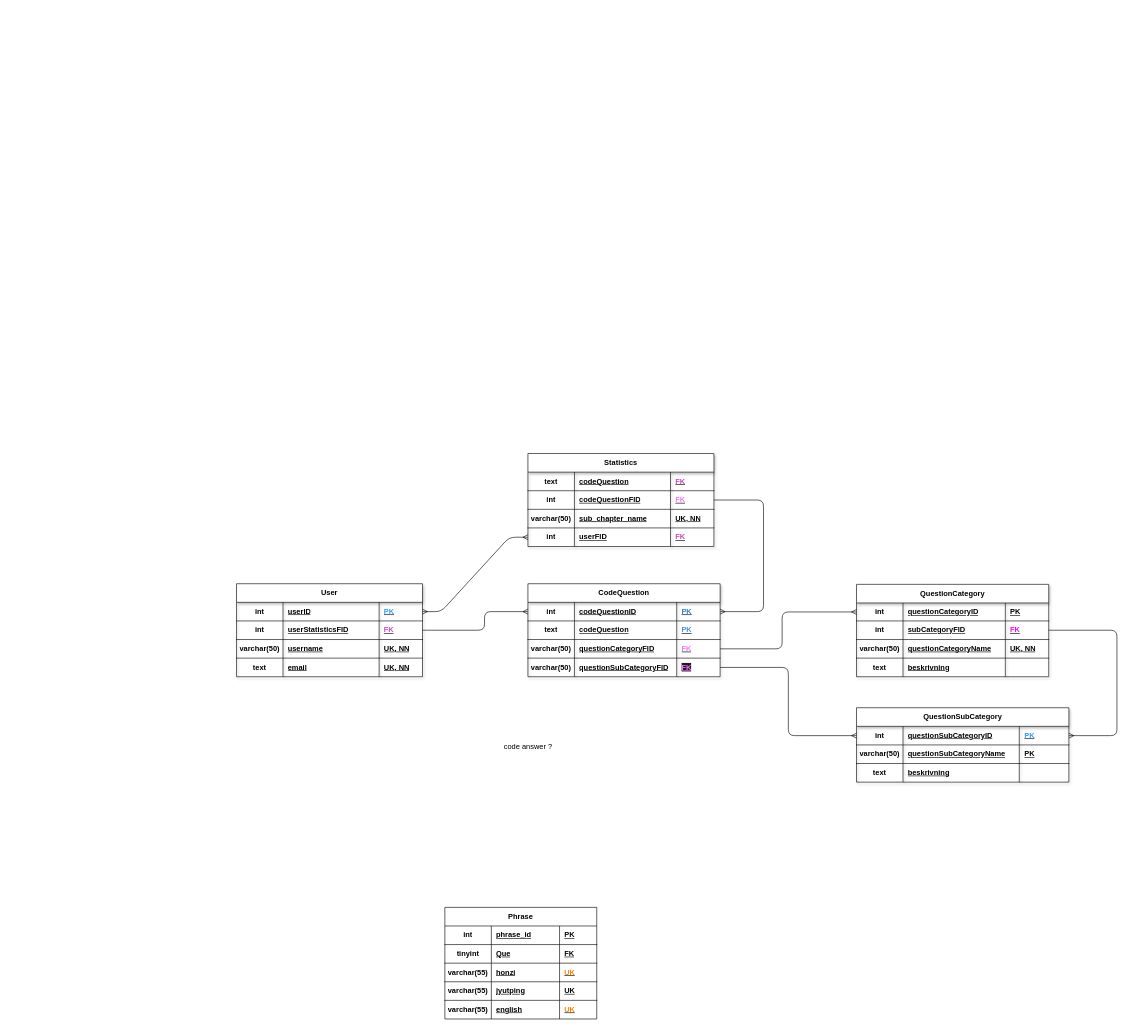
Earlier version of the draw.io diagram CodeGrind.drawio (vholm33/codegrind). Source tidied: cells renumbered, new cells numbered last; positions are measured from the earlier drawing's top-left corner, leaving out a move shared by most shapes. Both pictures are drawn from the tidied source at 62%, with x=0, y=0 at pixel (236, 453).
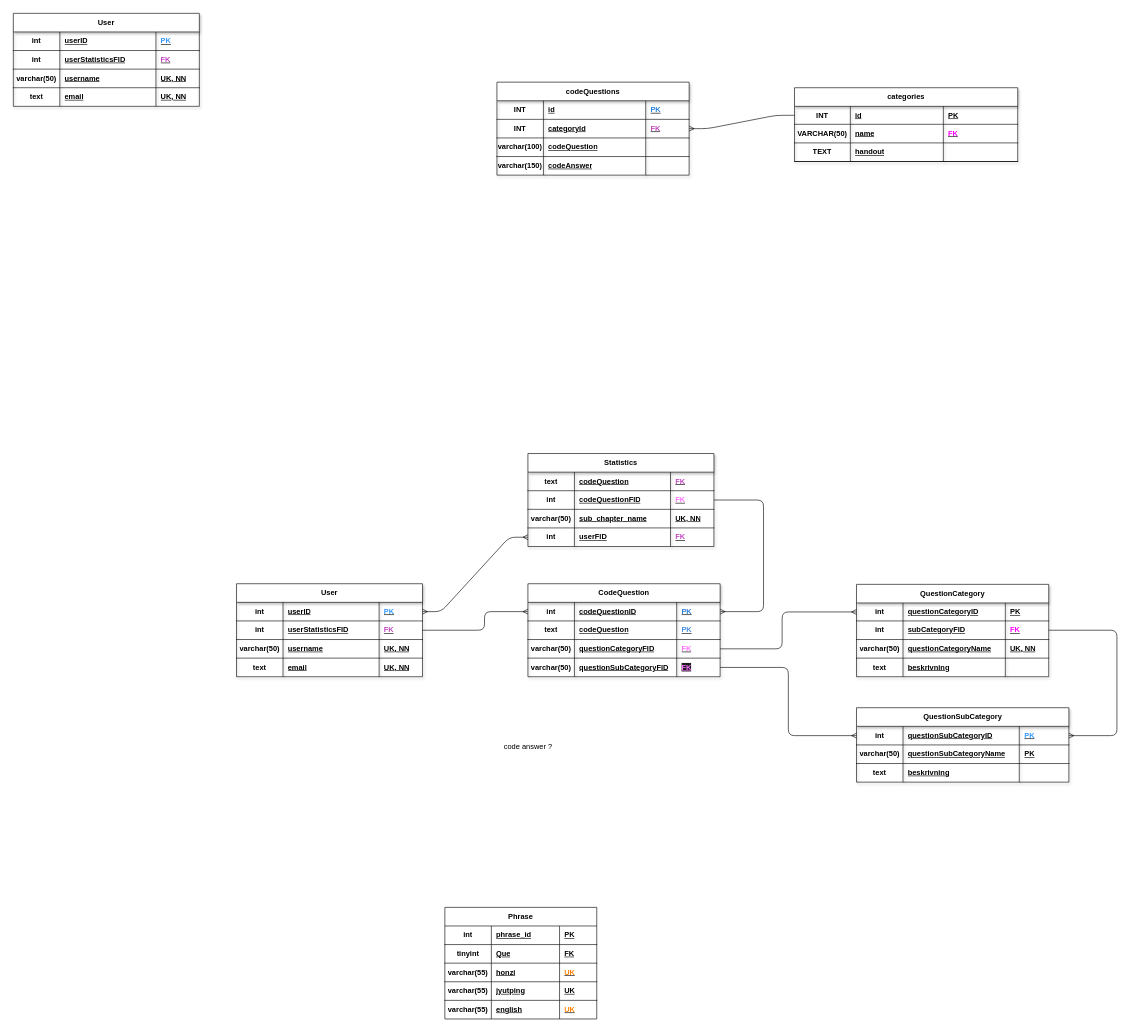
The same page after the edit.

Change to the diagram source:
```diff
@@
+    <mxCell id="111" value="categories" style="shape=table;startSize=30;childLayout=tableLayout;rowLines=0;fontStyle=1;align=center;html=1;whiteSpace=wrap;shadow=1;" parent="1" vertex="1">
+      <mxGeometry x="900" y="-590" width="360" height="119" as="geometry" />
+    </mxCell>
+    <mxCell id="112" style="shape=tableRow;horizontal=0;startSize=0;swimlaneHead=0;swimlaneBody=0;fillColor=none;points=[[0,0.5],[1,0.5]];portConstraint=eastwest;top=0;left=0;right=0;bottom=1;html=1;" parent="111" vertex="1">
+      <mxGeometry y="30" width="360" height="29" as="geometry" />
+    </mxCell>
+    <mxCell id="113" value="INT" style="shape=partialRectangle;fillColor=none;top=0;left=0;bottom=0;right=0;fontStyle=1;overflow=hidden;html=1;whiteSpace=wrap;fontColor=light-dark(#000000,#666666);" parent="112" vertex="1">
+      <mxGeometry width="90" height="29" as="geometry" />
+    </mxCell>
+    <mxCell id="114" value="id" style="shape=partialRectangle;fillColor=none;top=0;left=0;bottom=0;right=0;align=left;spacingLeft=6;fontStyle=5;overflow=hidden;html=1;whiteSpace=wrap;" parent="112" vertex="1">
+      <mxGeometry x="90" width="150" height="29" as="geometry" />
+    </mxCell>
+    <mxCell id="115" value="&lt;font style=&quot;color: light-dark(rgb(0, 0, 0), rgb(51, 153, 255));&quot;&gt;PK&lt;/font&gt;" style="shape=partialRectangle;fillColor=none;top=0;left=0;bottom=0;right=0;align=left;spacingLeft=6;fontStyle=5;overflow=hidden;html=1;whiteSpace=wrap;" parent="112" vertex="1">
+      <mxGeometry x="240" width="120" height="29" as="geometry" />
+    </mxCell>
+    <mxCell id="116" style="shape=tableRow;horizontal=0;startSize=0;swimlaneHead=0;swimlaneBody=0;fillColor=none;top=0;left=0;right=0;bottom=1;html=1;" parent="111" vertex="1">
+      <mxGeometry y="59" width="360" height="30" as="geometry" />
+    </mxCell>
+    <mxCell id="117" value="VARCHAR(50)" style="shape=partialRectangle;fillColor=none;top=0;left=0;bottom=0;right=0;fontStyle=1;overflow=hidden;html=1;whiteSpace=wrap;fontColor=light-dark(#000000,#666666);" parent="116" vertex="1">
+      <mxGeometry width="90" height="30" as="geometry" />
+    </mxCell>
+    <mxCell id="118" value="name" style="shape=partialRectangle;fillColor=none;top=0;left=0;bottom=0;right=0;align=left;spacingLeft=6;fontStyle=5;overflow=hidden;html=1;whiteSpace=wrap;" parent="116" vertex="1">
+      <mxGeometry x="90" width="150" height="30" as="geometry" />
+    </mxCell>
+    <mxCell id="119" value="&lt;span style=&quot;color: rgb(255, 0, 255);&quot;&gt;FK&lt;/span&gt;" style="shape=partialRectangle;fillColor=none;top=0;left=0;bottom=0;right=0;align=left;spacingLeft=6;fontStyle=5;overflow=hidden;html=1;whiteSpace=wrap;" parent="116" vertex="1">
+      <mxGeometry x="240" width="120" height="30" as="geometry" />
+    </mxCell>
+    <mxCell id="120" style="shape=tableRow;horizontal=0;startSize=0;swimlaneHead=0;swimlaneBody=0;fillColor=none;top=0;left=0;right=0;bottom=1;html=1;" parent="111" vertex="1">
+      <mxGeometry y="89" width="360" height="30" as="geometry" />
+    </mxCell>
+    <mxCell id="121" value="TEXT" style="shape=partialRectangle;fillColor=none;top=0;left=0;bottom=0;right=0;fontStyle=1;overflow=hidden;html=1;whiteSpace=wrap;fontColor=light-dark(#000000,#666666);" parent="120" vertex="1">
+      <mxGeometry width="90" height="30" as="geometry" />
+    </mxCell>
+    <mxCell id="122" value="handout" style="shape=partialRectangle;fillColor=none;top=0;left=0;bottom=0;right=0;align=left;spacingLeft=6;fontStyle=5;overflow=hidden;html=1;whiteSpace=wrap;" parent="120" vertex="1">
+      <mxGeometry x="90" width="150" height="30" as="geometry" />
+    </mxCell>
+    <mxCell id="123" style="shape=partialRectangle;fillColor=none;top=0;left=0;bottom=0;right=0;align=left;spacingLeft=6;fontStyle=5;overflow=hidden;html=1;whiteSpace=wrap;" parent="120" vertex="1">
+      <mxGeometry x="240" width="120" height="30" as="geometry" />
+    </mxCell>
+    <mxCell id="124" value="User" style="shape=table;startSize=30;childLayout=tableLayout;rowLines=0;fontStyle=1;align=center;html=1;whiteSpace=wrap;shadow=1;" parent="1" vertex="1">
+      <mxGeometry x="-360" y="-710" width="300" height="150" as="geometry" />
+    </mxCell>
+    <mxCell id="125" style="shape=tableRow;horizontal=0;startSize=0;swimlaneHead=0;swimlaneBody=0;fillColor=none;top=0;left=0;right=0;bottom=1;html=1;" parent="124" vertex="1">
+      <mxGeometry y="30" width="300" height="30" as="geometry" />
+    </mxCell>
+    <mxCell id="126" value="int" style="shape=partialRectangle;fillColor=none;top=0;left=0;bottom=0;right=0;fontStyle=1;overflow=hidden;html=1;whiteSpace=wrap;fontColor=light-dark(#000000,#666666);" parent="125" vertex="1">
+      <mxGeometry width="75" height="30" as="geometry" />
+    </mxCell>
+    <mxCell id="127" value="userID" style="shape=partialRectangle;fillColor=none;top=0;left=0;bottom=0;right=0;align=left;spacingLeft=6;fontStyle=5;overflow=hidden;html=1;whiteSpace=wrap;" parent="125" vertex="1">
+      <mxGeometry x="75" width="155" height="30" as="geometry" />
+    </mxCell>
+    <mxCell id="128" value="&lt;span style=&quot;color: rgb(51, 153, 255);&quot;&gt;PK&lt;/span&gt;" style="shape=partialRectangle;fillColor=none;top=0;left=0;bottom=0;right=0;align=left;spacingLeft=6;fontStyle=5;overflow=hidden;html=1;whiteSpace=wrap;" parent="125" vertex="1">
+      <mxGeometry x="230" width="70" height="30" as="geometry" />
+    </mxCell>
+    <mxCell id="129" style="shape=tableRow;horizontal=0;startSize=0;swimlaneHead=0;swimlaneBody=0;fillColor=none;top=0;left=0;right=0;bottom=1;html=1;" parent="124" vertex="1">
+      <mxGeometry y="60" width="300" height="30" as="geometry" />
+    </mxCell>
+    <mxCell id="130" value="int" style="shape=partialRectangle;fillColor=none;top=0;left=0;bottom=0;right=0;fontStyle=1;overflow=hidden;html=1;whiteSpace=wrap;fontColor=light-dark(#000000,#666666);" parent="129" vertex="1">
+      <mxGeometry width="75" height="30" as="geometry" />
+    </mxCell>
+    <mxCell id="131" value="userStatisticsFID" style="shape=partialRectangle;fillColor=none;top=0;left=0;bottom=0;right=0;align=left;spacingLeft=6;fontStyle=5;overflow=hidden;html=1;whiteSpace=wrap;" parent="129" vertex="1">
+      <mxGeometry x="75" width="155" height="30" as="geometry" />
+    </mxCell>
+    <mxCell id="132" value="&lt;span style=&quot;color: rgb(194, 71, 194);&quot;&gt;FK&lt;/span&gt;" style="shape=partialRectangle;fillColor=none;top=0;left=0;bottom=0;right=0;align=left;spacingLeft=6;fontStyle=5;overflow=hidden;html=1;whiteSpace=wrap;" parent="129" vertex="1">
+      <mxGeometry x="230" width="70" height="30" as="geometry" />
+    </mxCell>
+    <mxCell id="133" style="shape=tableRow;horizontal=0;startSize=0;swimlaneHead=0;swimlaneBody=0;fillColor=none;top=0;left=0;right=0;bottom=1;html=1;" parent="124" vertex="1">
+      <mxGeometry y="90" width="300" height="30" as="geometry" />
+    </mxCell>
+    <mxCell id="134" value="varchar(50)" style="shape=partialRectangle;fillColor=none;top=0;left=0;bottom=0;right=0;fontStyle=1;overflow=hidden;html=1;whiteSpace=wrap;fontColor=light-dark(#000000,#666666);" parent="133" vertex="1">
+      <mxGeometry width="75" height="30" as="geometry" />
+    </mxCell>
+    <mxCell id="135" value="username" style="shape=partialRectangle;fillColor=none;top=0;left=0;bottom=0;right=0;align=left;spacingLeft=6;fontStyle=5;overflow=hidden;html=1;whiteSpace=wrap;" parent="133" vertex="1">
+      <mxGeometry x="75" width="155" height="30" as="geometry" />
+    </mxCell>
+    <mxCell id="136" value="&lt;font style=&quot;color: light-dark(rgb(0, 0, 0), rgb(255, 128, 0));&quot;&gt;UK&lt;/font&gt;&lt;font style=&quot;color: light-dark(rgb(0, 0, 0), rgb(255, 255, 255));&quot;&gt;,&lt;/font&gt;&lt;font style=&quot;color: light-dark(rgb(0, 0, 0), rgb(255, 128, 0));&quot;&gt; NN&lt;/font&gt;" style="shape=partialRectangle;fillColor=none;top=0;left=0;bottom=0;right=0;align=left;spacingLeft=6;fontStyle=5;overflow=hidden;html=1;whiteSpace=wrap;" parent="133" vertex="1">
+      <mxGeometry x="230" width="70" height="30" as="geometry" />
+    </mxCell>
+    <mxCell id="137" style="shape=tableRow;horizontal=0;startSize=0;swimlaneHead=0;swimlaneBody=0;fillColor=none;top=0;left=0;right=0;bottom=0;html=1;" parent="124" vertex="1">
+      <mxGeometry y="120" width="300" height="30" as="geometry" />
+    </mxCell>
+    <mxCell id="138" value="text" style="shape=partialRectangle;fillColor=none;top=0;left=0;bottom=0;right=0;fontStyle=1;overflow=hidden;html=1;whiteSpace=wrap;fontColor=light-dark(#000000,#666666);" parent="137" vertex="1">
+      <mxGeometry width="75" height="30" as="geometry" />
+    </mxCell>
+    <mxCell id="139" value="email" style="shape=partialRectangle;fillColor=none;top=0;left=0;bottom=0;right=0;align=left;spacingLeft=6;fontStyle=5;overflow=hidden;html=1;whiteSpace=wrap;shadow=0;" parent="137" vertex="1">
+      <mxGeometry x="75" width="155" height="30" as="geometry" />
+    </mxCell>
+    <mxCell id="140" value="&lt;font style=&quot;scrollbar-color: rgb(75, 75, 75) rgb(27, 29, 30);&quot;&gt;UK&lt;/font&gt;&lt;font style=&quot;scrollbar-color: rgb(75, 75, 75) rgb(27, 29, 30);&quot;&gt;,&lt;/font&gt;&lt;font style=&quot;scrollbar-color: rgb(75, 75, 75) rgb(27, 29, 30);&quot;&gt;&amp;nbsp;NN&lt;/font&gt;" style="shape=partialRectangle;fillColor=none;top=0;left=0;bottom=0;right=0;align=left;spacingLeft=6;fontStyle=5;overflow=hidden;html=1;whiteSpace=wrap;shadow=0;" parent="137" vertex="1">
+      <mxGeometry x="230" width="70" height="30" as="geometry" />
+    </mxCell>
+    <mxCell id="141" value="codeQuestions" style="shape=table;startSize=30;childLayout=tableLayout;rowLines=0;fontStyle=1;align=center;html=1;whiteSpace=wrap;shadow=1;" parent="1" vertex="1">
+      <mxGeometry x="420" y="-599" width="310" height="150" as="geometry" />
+    </mxCell>
+    <mxCell id="142" style="shape=tableRow;horizontal=0;startSize=0;swimlaneHead=0;swimlaneBody=0;fillColor=none;top=0;left=0;right=0;bottom=1;html=1;" parent="141" vertex="1">
+      <mxGeometry y="30" width="310" height="30" as="geometry" />
+    </mxCell>
+    <mxCell id="143" value="INT" style="shape=partialRectangle;fillColor=none;top=0;left=0;bottom=0;right=0;fontStyle=1;overflow=hidden;html=1;whiteSpace=wrap;fontColor=light-dark(#000000,#666666);" parent="142" vertex="1">
+      <mxGeometry width="75" height="30" as="geometry" />
+    </mxCell>
+    <mxCell id="144" value="id" style="shape=partialRectangle;fillColor=none;top=0;left=0;bottom=0;right=0;align=left;spacingLeft=6;fontStyle=5;overflow=hidden;html=1;whiteSpace=wrap;" parent="142" vertex="1">
+      <mxGeometry x="75" width="165" height="30" as="geometry" />
+    </mxCell>
+    <mxCell id="145" value="&lt;span style=&quot;color: rgb(43, 130, 218);&quot;&gt;PK&lt;/span&gt;" style="shape=partialRectangle;fillColor=none;top=0;left=0;bottom=0;right=0;align=left;spacingLeft=6;fontStyle=5;overflow=hidden;html=1;whiteSpace=wrap;" parent="142" vertex="1">
+      <mxGeometry x="240" width="70" height="30" as="geometry" />
+    </mxCell>
+    <mxCell id="146" style="shape=tableRow;horizontal=0;startSize=0;swimlaneHead=0;swimlaneBody=0;fillColor=none;points=[[0,0.5],[1,0.5]];portConstraint=eastwest;top=0;left=0;right=0;bottom=1;html=1;" parent="141" vertex="1">
+      <mxGeometry y="60" width="310" height="30" as="geometry" />
+    </mxCell>
+    <mxCell id="147" value="INT" style="shape=partialRectangle;fillColor=none;top=0;left=0;bottom=0;right=0;fontStyle=1;overflow=hidden;html=1;whiteSpace=wrap;fontColor=light-dark(#000000,#666666);" parent="146" vertex="1">
+      <mxGeometry width="75" height="30" as="geometry" />
+    </mxCell>
+    <mxCell id="148" value="categoryId" style="shape=partialRectangle;fillColor=none;top=0;left=0;bottom=0;right=0;align=left;spacingLeft=6;fontStyle=5;overflow=hidden;html=1;whiteSpace=wrap;" parent="146" vertex="1">
+      <mxGeometry x="75" width="165" height="30" as="geometry" />
+    </mxCell>
+    <mxCell id="149" value="&lt;span style=&quot;color: rgb(194, 71, 194);&quot;&gt;FK&lt;/span&gt;" style="shape=partialRectangle;fillColor=none;top=0;left=0;bottom=0;right=0;align=left;spacingLeft=6;fontStyle=5;overflow=hidden;html=1;whiteSpace=wrap;" parent="146" vertex="1">
+      <mxGeometry x="240" width="70" height="30" as="geometry" />
+    </mxCell>
+    <mxCell id="150" style="shape=tableRow;horizontal=0;startSize=0;swimlaneHead=0;swimlaneBody=0;fillColor=none;top=0;left=0;right=0;bottom=1;html=1;" parent="141" vertex="1">
+      <mxGeometry y="90" width="310" height="30" as="geometry" />
+    </mxCell>
+    <mxCell id="151" value="varchar(100)" style="shape=partialRectangle;fillColor=none;top=0;left=0;bottom=0;right=0;fontStyle=1;overflow=hidden;html=1;whiteSpace=wrap;fontColor=light-dark(#000000,#666666);" parent="150" vertex="1">
+      <mxGeometry width="75" height="30" as="geometry" />
+    </mxCell>
+    <mxCell id="152" value="codeQuestion" style="shape=partialRectangle;fillColor=none;top=0;left=0;bottom=0;right=0;align=left;spacingLeft=6;fontStyle=5;overflow=hidden;html=1;whiteSpace=wrap;" parent="150" vertex="1">
+      <mxGeometry x="75" width="165" height="30" as="geometry" />
+    </mxCell>
+    <mxCell id="153" style="shape=partialRectangle;fillColor=none;top=0;left=0;bottom=0;right=0;align=left;spacingLeft=6;fontStyle=5;overflow=hidden;html=1;whiteSpace=wrap;" parent="150" vertex="1">
+      <mxGeometry x="240" width="70" height="30" as="geometry" />
+    </mxCell>
+    <mxCell id="154" style="shape=tableRow;horizontal=0;startSize=0;swimlaneHead=0;swimlaneBody=0;fillColor=none;top=0;left=0;right=0;bottom=0;html=1;" parent="141" vertex="1">
+      <mxGeometry y="120" width="310" height="30" as="geometry" />
+    </mxCell>
+    <mxCell id="155" value="varchar(150)" style="shape=partialRectangle;fillColor=none;top=0;left=0;bottom=0;right=0;fontStyle=1;overflow=hidden;html=1;whiteSpace=wrap;fontColor=light-dark(#000000,#666666);" parent="154" vertex="1">
+      <mxGeometry width="75" height="30" as="geometry" />
+    </mxCell>
+    <mxCell id="156" value="codeAnswer" style="shape=partialRectangle;fillColor=none;top=0;left=0;bottom=0;right=0;align=left;spacingLeft=6;fontStyle=5;overflow=hidden;html=1;whiteSpace=wrap;shadow=0;" parent="154" vertex="1">
+      <mxGeometry x="75" width="165" height="30" as="geometry" />
+    </mxCell>
+    <mxCell id="157" style="shape=partialRectangle;fillColor=none;top=0;left=0;bottom=0;right=0;align=left;spacingLeft=6;fontStyle=5;overflow=hidden;html=1;whiteSpace=wrap;shadow=0;" parent="154" vertex="1">
+      <mxGeometry x="240" width="70" height="30" as="geometry" />
+    </mxCell>
+    <mxCell id="158" style="edgeStyle=entityRelationEdgeStyle;fontSize=12;html=1;endArrow=ERmany;exitX=0;exitY=0.5;exitDx=0;exitDy=0;entryX=1;entryY=0.5;entryDx=0;entryDy=0;" parent="1" edge="1" source="112" target="146">
+      <mxGeometry relative="1" as="geometry" />
+    </mxCell>
```
